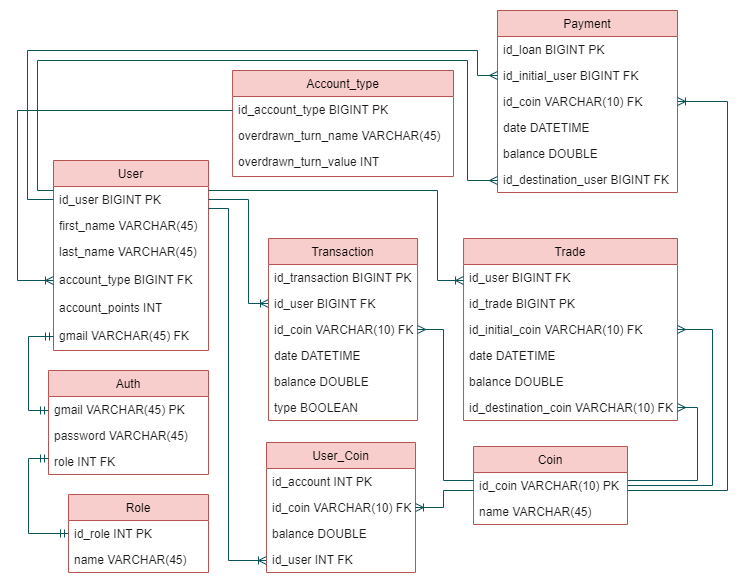
This is Diagramas/Diagrama Entidad-Relación.png from LeoGrigoriadis/Proyecto-Final-Java, a draw.io export, as it was before one commit. Source tidied: cells renumbered, new cells last; positions are measured from the earlier drawing's top-left corner, leaving out a move shared by most shapes.
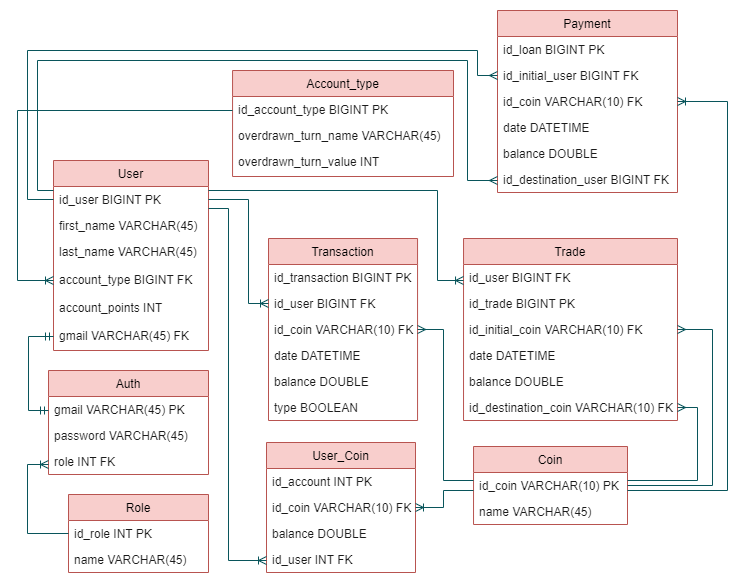
The same diagram one commit later.

The edit, as a diff of the source:
```diff
@@ -142,14 +142,6 @@
         </Array>
       </mxGeometry>
     </mxCell>
-    <mxCell id="42" style="edgeStyle=orthogonalEdgeStyle;fontSize=12;html=1;endArrow=ERmandOne;startArrow=ERmandOne;rounded=0;entryX=0;entryY=0.5;entryDx=0;entryDy=0;strokeColor=#09555B;fontColor=#1A1A1A;" parent="1" edge="1" source="5" target="7">
-      <mxGeometry relative="1" as="geometry">
-        <Array as="points">
-          <mxPoint x="11" y="448" />
-          <mxPoint x="11" y="523" />
-        </Array>
-      </mxGeometry>
-    </mxCell>
     <mxCell id="43" style="edgeStyle=orthogonalEdgeStyle;fontSize=12;html=1;endArrow=ERmandOne;startArrow=ERmandOne;rounded=0;strokeColor=#09555B;fontColor=#1A1A1A;" parent="1" edge="1" source="3" target="15">
       <mxGeometry relative="1" as="geometry">
         <Array as="points">
@@ -251,5 +243,14 @@
         </Array>
       </mxGeometry>
     </mxCell>
+    <mxCell id="62" style="edgeStyle=orthogonalEdgeStyle;fontSize=12;html=1;endArrow=none;startArrow=ERoneToMany;rounded=0;strokeColor=#09555B;fontColor=#1A1A1A;startFill=0;endFill=0;entryX=0;entryY=0.5;entryDx=0;entryDy=0;" parent="1" edge="1" target="7">
+      <mxGeometry relative="1" as="geometry">
+        <mxPoint x="31" y="454" as="sourcePoint" />
+        <Array as="points">
+          <mxPoint x="10" y="454" />
+          <mxPoint x="10" y="523" />
+        </Array>
+      </mxGeometry>
+    </mxCell>
   </root>
 </mxGraphModel>
```
